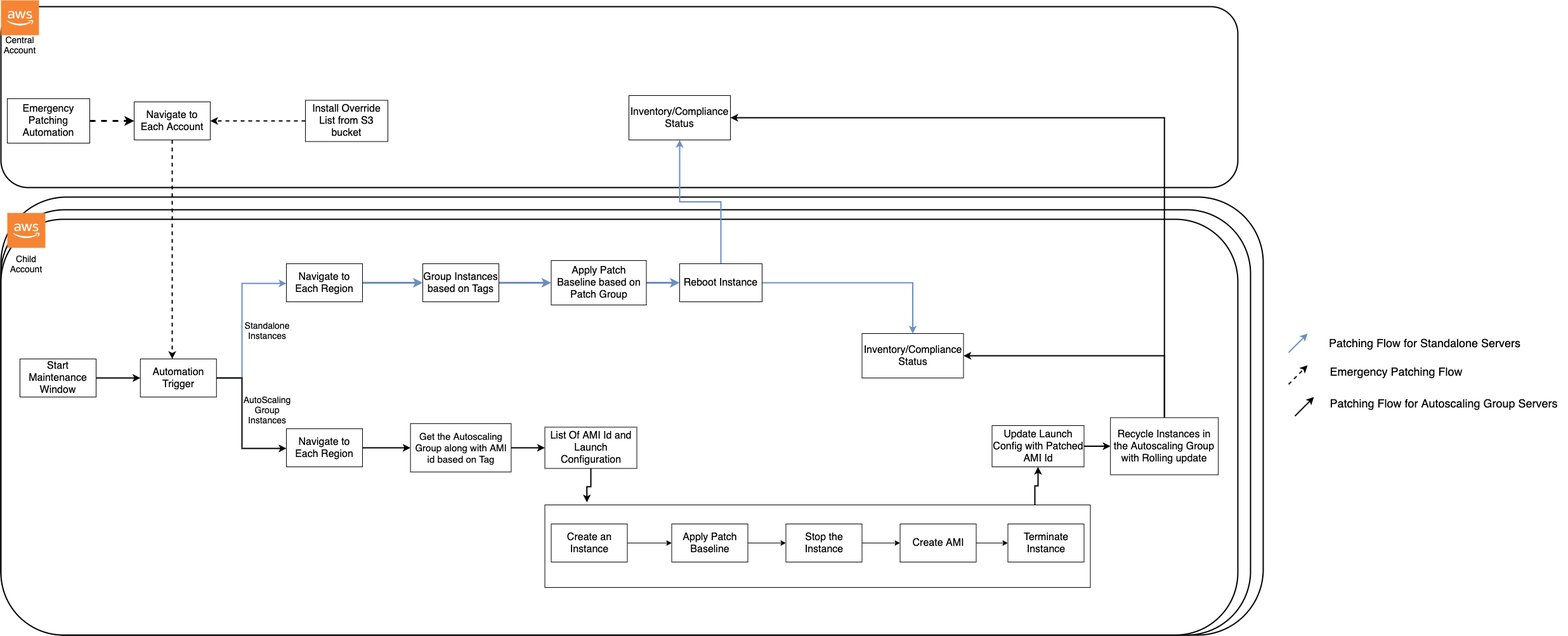
aws-samples/self-service-patching-solution-for-multi-account-organisation keeps this draw.io diagram as images/Flow-Diagram-Patching.png. Above is the earlier version. Source tidied: cells renumbered, new cells last; positions are measured from the earlier drawing's top-left corner, leaving out a move shared by most shapes.
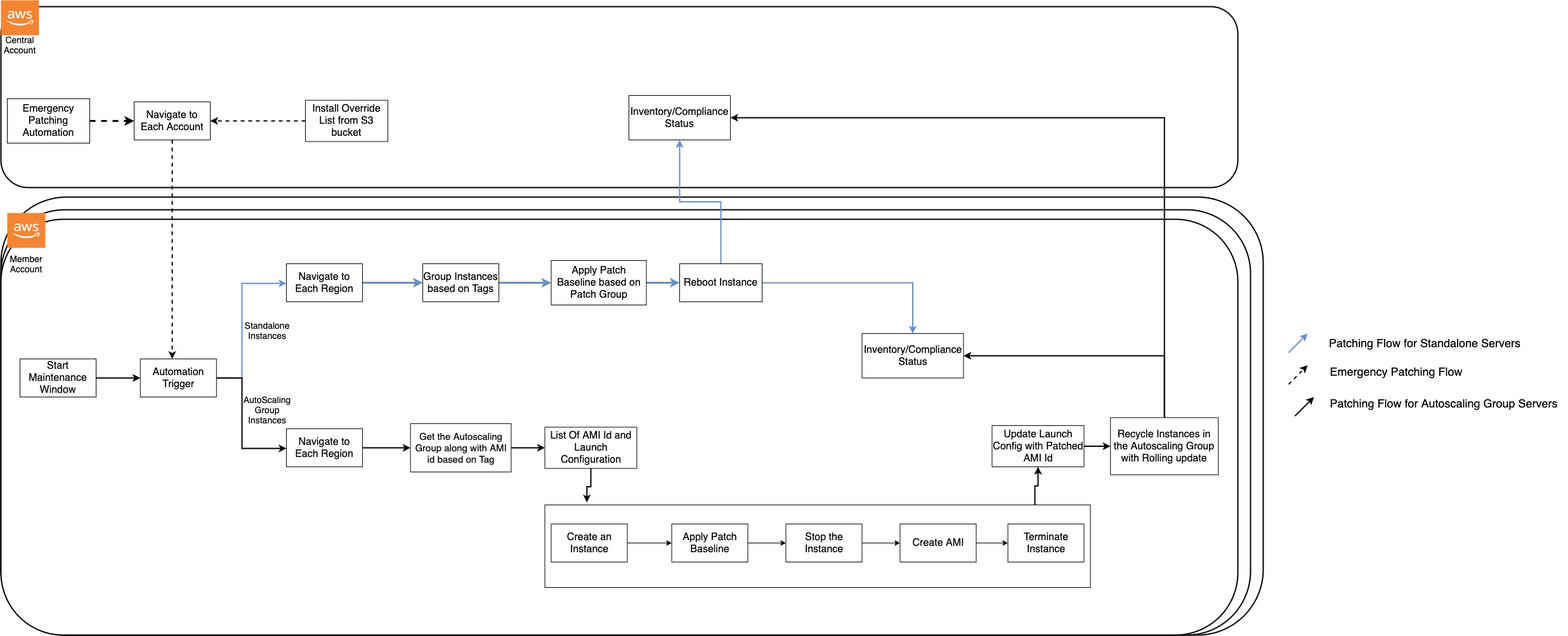
After the change.

Commit message:
updated account naming in the images

The edit, as a diff of the source:
```diff
@@ -67,7 +67,7 @@
     <mxCell id="21" value="&lt;font style=&quot;font-size: 14px&quot;&gt;Central Account&lt;/font&gt;" style="text;html=1;strokeColor=none;fillColor=none;align=center;verticalAlign=middle;whiteSpace=wrap;rounded=0;" parent="1" vertex="1">
       <mxGeometry x="10" y="60" width="40" height="20" as="geometry" />
     </mxCell>
-    <mxCell id="22" value="&lt;font style=&quot;font-size: 14px&quot;&gt;Child Account&lt;/font&gt;" style="text;html=1;strokeColor=none;fillColor=none;align=center;verticalAlign=middle;whiteSpace=wrap;rounded=0;" parent="1" vertex="1">
+    <mxCell id="22" value="&lt;font style=&quot;font-size: 14px&quot;&gt;Member Account&lt;/font&gt;" style="text;html=1;strokeColor=none;fillColor=none;align=center;verticalAlign=middle;whiteSpace=wrap;rounded=0;" parent="1" vertex="1">
       <mxGeometry x="20" y="405" width="40" height="20" as="geometry" />
     </mxCell>
     <mxCell id="23" value="&lt;font style=&quot;font-size: 16px&quot;&gt;Inventory/Compliance Status&lt;/font&gt;" style="rounded=0;whiteSpace=wrap;html=1;" parent="1" vertex="1">
```
